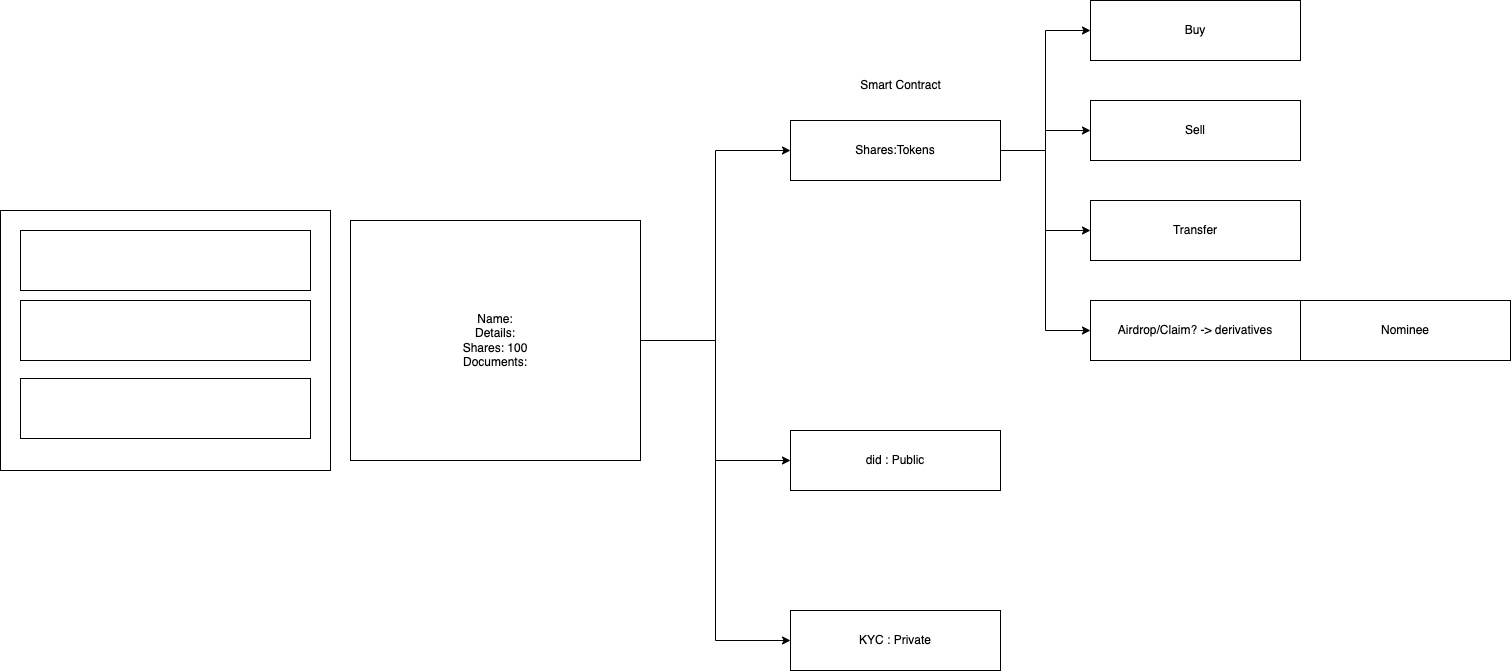
This is chainvest.drawio.png from PriyathamVarma/chainvest, a draw.io export, as it was before one commit. Source tidied: cells renumbered, new cells last; positions are measured from the earlier drawing's top-left corner, leaving out a move shared by most shapes.
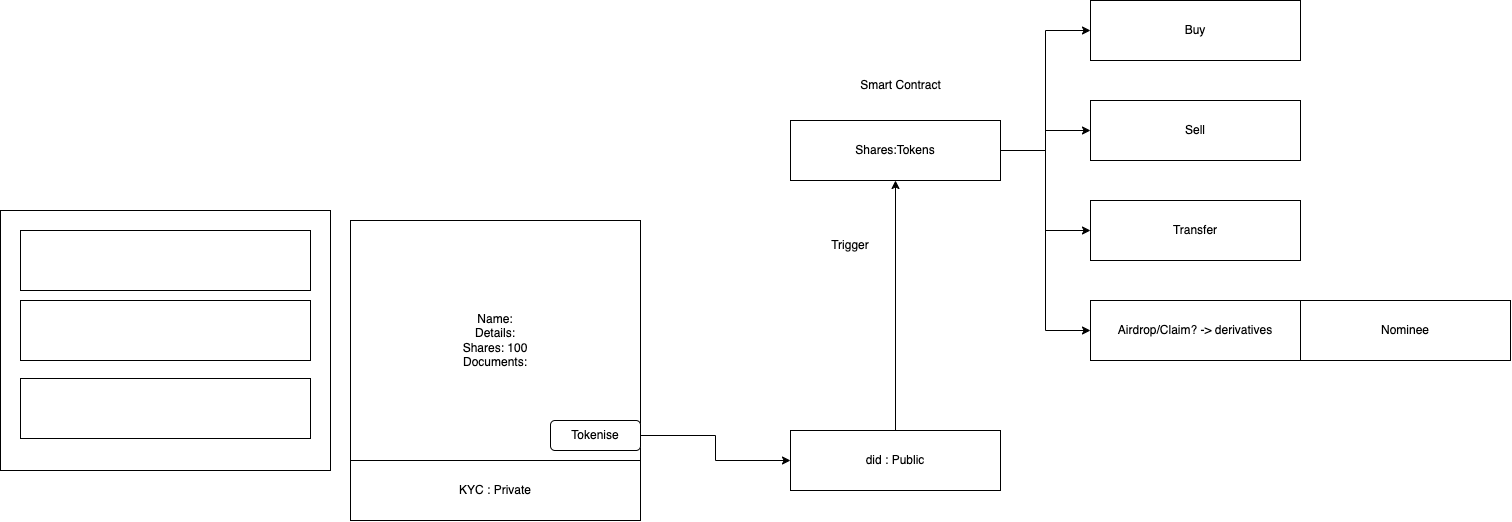
After the change.

The edit, as a diff of the source:
```diff
@@ -14,15 +14,9 @@
     <mxCell id="5" style="whiteSpace=wrap;html=1;" parent="1" vertex="1">
       <mxGeometry x="20" y="378" width="290" height="60" as="geometry" />
     </mxCell>
-    <mxCell id="6" style="edgeStyle=orthogonalEdgeStyle;rounded=0;jettySize=auto;html=1;entryX=0;entryY=0.5;entryDx=0;entryDy=0;" parent="1" edge="1" source="9" target="14">
-      <mxGeometry relative="1" as="geometry" />
-    </mxCell>
-    <mxCell id="7" style="edgeStyle=orthogonalEdgeStyle;rounded=0;jettySize=auto;html=1;entryX=0;entryY=0.5;entryDx=0;entryDy=0;" parent="1" edge="1" source="9" target="20">
+    <mxCell id="7" style="edgeStyle=orthogonalEdgeStyle;rounded=0;jettySize=auto;html=1;entryX=0;entryY=0.5;entryDx=0;entryDy=0;exitX=1;exitY=0.5;exitDx=0;exitDy=0;" parent="1" edge="1" source="25" target="20">
       <mxGeometry relative="1" as="geometry" />
     </mxCell>
-    <mxCell id="8" style="edgeStyle=orthogonalEdgeStyle;rounded=0;jettySize=auto;html=1;entryX=0;entryY=0.5;entryDx=0;entryDy=0;" parent="1" edge="1" source="9" target="22">
-      <mxGeometry relative="1" as="geometry" />
-    </mxCell>
     <mxCell id="9" value="Name:&lt;br&gt;Details:&lt;br&gt;Shares: 100&lt;br&gt;Documents:" style="whiteSpace=wrap;html=1;" parent="1" vertex="1">
       <mxGeometry x="350" y="220" width="290" height="240" as="geometry" />
     </mxCell>
@@ -56,6 +50,9 @@
     <mxCell id="19" value="Nominee" style="whiteSpace=wrap;html=1;" parent="1" vertex="1">
       <mxGeometry x="1300" y="300" width="210" height="60" as="geometry" />
     </mxCell>
+    <mxCell id="23" style="edgeStyle=orthogonalEdgeStyle;rounded=0;jettySize=auto;html=1;entryX=0.5;entryY=1;entryDx=0;entryDy=0;" parent="1" edge="1" source="20" target="14">
+      <mxGeometry relative="1" as="geometry" />
+    </mxCell>
     <mxCell id="20" value="did : Public" style="whiteSpace=wrap;html=1;" parent="1" vertex="1">
       <mxGeometry x="790" y="430" width="210" height="60" as="geometry" />
     </mxCell>
@@ -63,7 +60,13 @@
       <mxGeometry x="850" y="70" width="100" height="30" as="geometry" />
     </mxCell>
     <mxCell id="22" value="KYC : Private" style="whiteSpace=wrap;html=1;" parent="1" vertex="1">
-      <mxGeometry x="790" y="610" width="210" height="60" as="geometry" />
+      <mxGeometry x="350" y="460" width="290" height="60" as="geometry" />
     </mxCell>
+    <mxCell id="24" value="Trigger" style="text;html=1;align=center;verticalAlign=middle;whiteSpace=wrap;rounded=0;" parent="1" vertex="1">
+      <mxGeometry x="820" y="230" width="60" height="30" as="geometry" />
+    </mxCell>
+    <mxCell id="25" value="Tokenise" style="rounded=1;whiteSpace=wrap;html=1;" parent="1" vertex="1">
+      <mxGeometry x="550" y="420" width="90" height="30" as="geometry" />
+    </mxCell>
   </root>
 </mxGraphModel>
```
